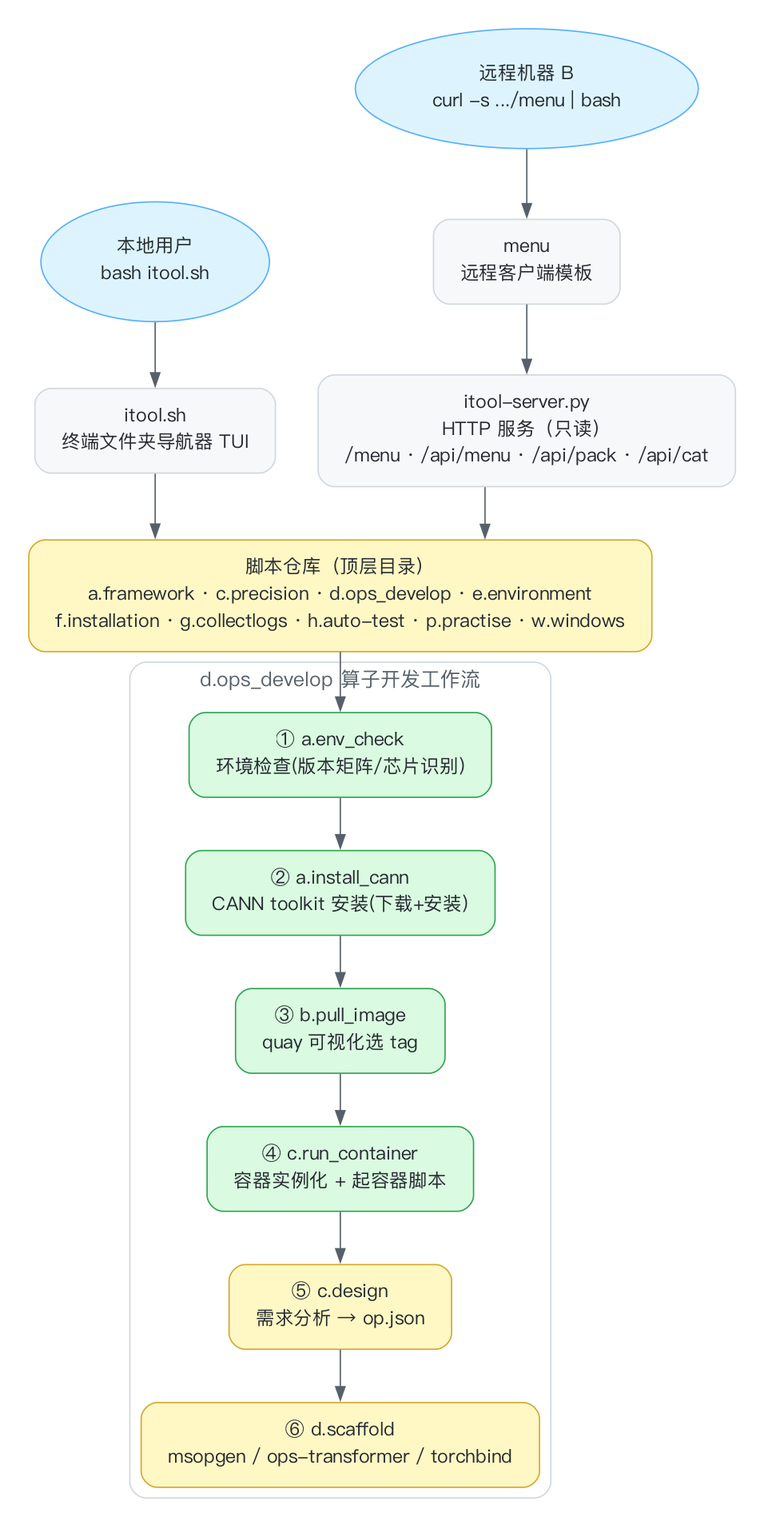
qqiushizi/itool keeps this Graphviz diagram as docs/itool-flow.png. Above is the earlier version. Its source is kept beside it as docs/itool-flow.dot.
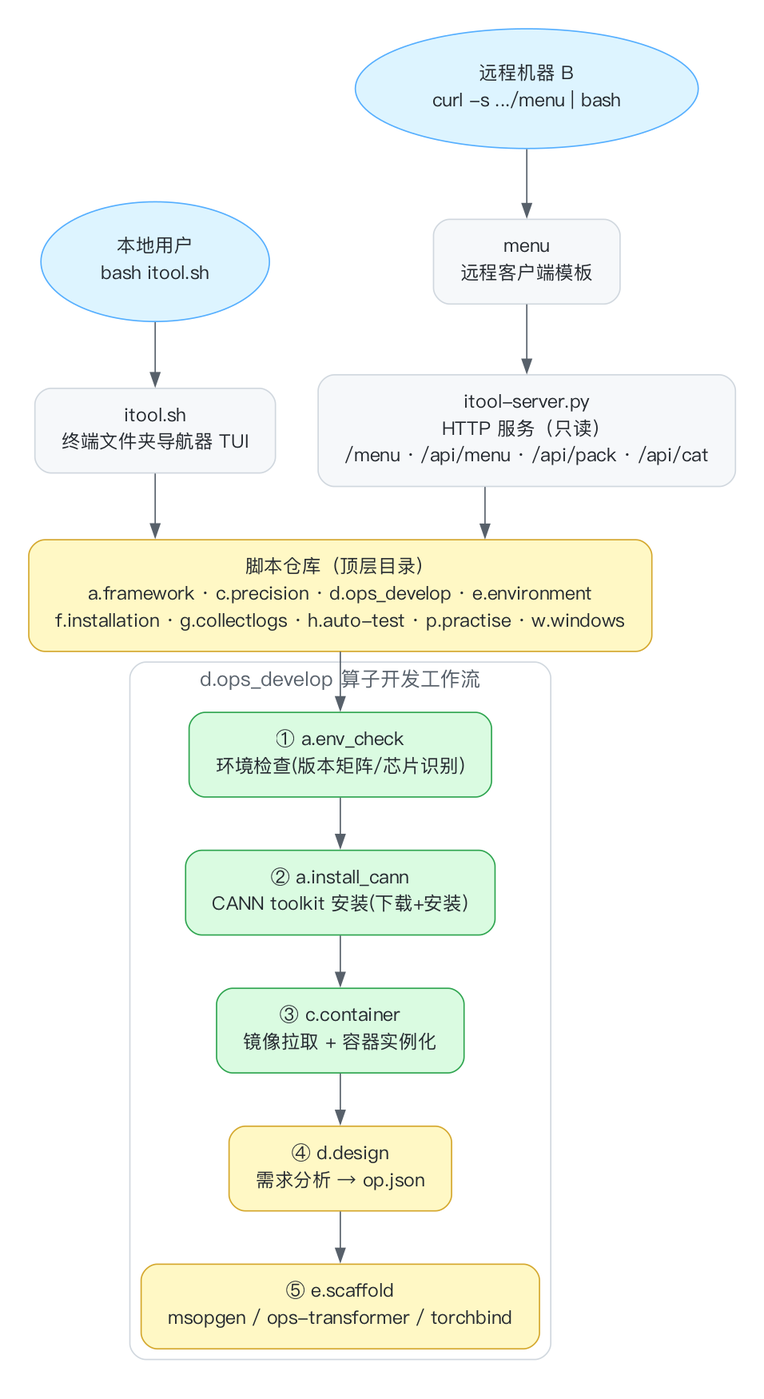
The same file after the commit.

Diff of the diagram source:
```diff
@@ -43,10 +43,9 @@
 
     S1 [label="① a.env_check\n环境检查(版本矩阵/芯片识别)", fillcolor="#dafbe1", color="#2da44e"];
     S2 [label="② a.install_cann\nCANN toolkit 安装(下载+安装)", fillcolor="#dafbe1", color="#2da44e"];
-    S3 [label="③ b.pull_image\nquay 可视化选 tag", fillcolor="#dafbe1", color="#2da44e"];
-    S4 [label="④ c.run_container\n容器实例化 + 起容器脚本", fillcolor="#dafbe1", color="#2da44e"];
-    S5 [label="⑤ c.design\n需求分析 → op.json", fillcolor="#fff8c5", color="#d4a72c"];
-    S6 [label="⑥ d.scaffold\nmsopgen / ops-transformer / torchbind", fillcolor="#fff8c5", color="#d4a72c"];
+    S3 [label="③ c.container\n镜像拉取 + 容器实例化", fillcolor="#dafbe1", color="#2da44e"];
+    S4 [label="④ d.design\n需求分析 → op.json", fillcolor="#fff8c5", color="#d4a72c"];
+    S5 [label="⑤ e.scaffold\nmsopgen / ops-transformer / torchbind", fillcolor="#fff8c5", color="#d4a72c"];
   }
 
   L -> T;
@@ -54,5 +53,5 @@
   T -> REPO;
   S -> REPO;
   REPO -> S1;
-  S1 -> S2 -> S3 -> S4 -> S5 -> S6;
+  S1 -> S2 -> S3 -> S4 -> S5;
 }
```
